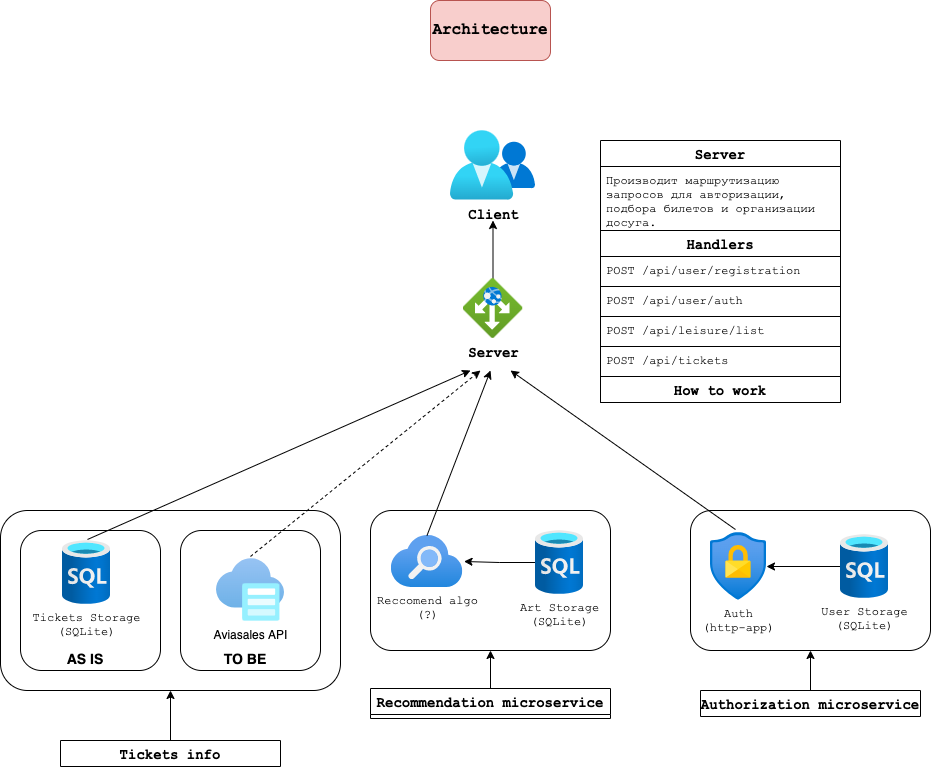
Earlier version of the draw.io export Архитектура.png (Marochkin-Ivan/Recommender-System). Source tidied: cells renumbered, new cells last; positions are measured from the earlier drawing's top-left corner, leaving out a move shared by most shapes. Its diagram source:
```xml
<mxGraphModel>
  <root>
    <mxCell id="0" style="html=1;" />
    <mxCell id="1" style="html=1;" parent="0" />
    <mxCell id="2" style="rounded=1;whiteSpace=wrap;html=1;shadow=0;glass=0;sketch=0;fontFamily=Courier New;fontSize=16;fillColor=#f8cecc;strokeColor=#b85450;" parent="1" vertex="1">
      <mxGeometry x="430" width="120" height="60" as="geometry" />
    </mxCell>
    <mxCell id="3" value="&lt;b&gt;&lt;font face=&quot;Courier New&quot; style=&quot;font-size: 16px&quot;&gt;Architecture&lt;/font&gt;&lt;/b&gt;" style="text;html=1;strokeColor=none;fillColor=none;align=center;verticalAlign=middle;whiteSpace=wrap;rounded=0;shadow=0;glass=0;sketch=0;" parent="1" vertex="1">
      <mxGeometry x="430" y="10" width="120" height="40" as="geometry" />
    </mxCell>
    <mxCell id="4" style="rounded=1;whiteSpace=wrap;html=1;strokeColor=#000000;fontSize=14;" parent="1" vertex="1">
      <mxGeometry y="510" width="340" height="180" as="geometry" />
    </mxCell>
    <mxCell id="5" style="rounded=1;whiteSpace=wrap;html=1;strokeColor=#000000;fontSize=14;" parent="1" vertex="1">
      <mxGeometry x="370" y="510" width="240" height="140" as="geometry" />
    </mxCell>
    <mxCell id="6" style="rounded=1;whiteSpace=wrap;html=1;strokeColor=#000000;fontSize=14;" parent="1" vertex="1">
      <mxGeometry x="690" y="510" width="240" height="140" as="geometry" />
    </mxCell>
    <mxCell id="7" value="&lt;font style=&quot;font-size: 14px&quot;&gt;&lt;b&gt;Client&lt;/b&gt;&lt;/font&gt;" style="html=1;align=center;image;fontSize=12;image=img/lib/azure2/identity/Groups.svg;rounded=0;shadow=0;glass=0;sketch=0;fontFamily=Courier New;" parent="1" vertex="1">
      <mxGeometry x="450" y="130" width="85" height="70" as="geometry" />
    </mxCell>
    <mxCell id="8" style="edgeStyle=orthogonalEdgeStyle;rounded=0;jettySize=auto;html=1;entryX=1;entryY=0.5;entryDx=0;entryDy=0;entryPerimeter=0;fontSize=14;" parent="1" edge="1" source="9" target="10">
      <mxGeometry relative="1" as="geometry" />
    </mxCell>
    <mxCell id="9" value="User Storage&lt;br&gt;(SQLite)" style="html=1;points=[];align=center;image;fontSize=12;image=img/lib/azure2/preview/Time_Series_Data_Sets.svg;rounded=0;shadow=0;glass=0;sketch=0;fontFamily=Courier New;" parent="1" vertex="1">
      <mxGeometry x="840" y="534" width="48" height="64" as="geometry" />
    </mxCell>
    <mxCell id="10" value="Auth&lt;br&gt;(http-app)" style="html=1;points=[];align=center;image;fontSize=12;image=img/lib/azure2/security/Conditional_Access.svg;rounded=0;shadow=0;glass=0;sketch=0;fontFamily=Courier New;" parent="1" vertex="1">
      <mxGeometry x="710" y="532" width="56" height="68" as="geometry" />
    </mxCell>
    <mxCell id="11" value="Reccomend algo&lt;br&gt;(?)" style="html=1;points=[];align=center;image;fontSize=12;image=img/lib/azure2/app_services/Search_Services.svg;rounded=0;shadow=0;glass=0;sketch=0;fontFamily=Courier New;" parent="1" vertex="1">
      <mxGeometry x="390.5" y="535" width="72" height="52" as="geometry" />
    </mxCell>
    <mxCell id="12" style="edgeStyle=orthogonalEdgeStyle;rounded=0;jettySize=auto;html=1;" parent="1" edge="1" source="13">
      <mxGeometry relative="1" as="geometry">
        <mxPoint x="492.5" y="220" as="targetPoint" />
      </mxGeometry>
    </mxCell>
    <mxCell id="13" value="&lt;span style=&quot;font-size: 14px&quot;&gt;&lt;b&gt;Server&lt;br&gt;&lt;/b&gt;&lt;/span&gt;" style="html=1;points=[];align=center;image;fontSize=12;image=img/lib/azure2/networking/Application_Gateways.svg;rounded=0;shadow=0;glass=0;sketch=0;fontFamily=Courier New;" parent="1" vertex="1">
      <mxGeometry x="462.5" y="278" width="60" height="60" as="geometry" />
    </mxCell>
    <mxCell id="14" style="edgeStyle=orthogonalEdgeStyle;rounded=0;jettySize=auto;html=1;entryX=1.014;entryY=0.5;entryDx=0;entryDy=0;entryPerimeter=0;fontSize=14;" parent="1" edge="1" source="15" target="11">
      <mxGeometry relative="1" as="geometry" />
    </mxCell>
    <mxCell id="15" value="Art Storage&lt;br&gt;(SQLite)" style="html=1;points=[];align=center;image;fontSize=12;image=img/lib/azure2/preview/Time_Series_Data_Sets.svg;rounded=0;shadow=0;glass=0;sketch=0;fontFamily=Courier New;" parent="1" vertex="1">
      <mxGeometry x="535" y="530" width="48" height="64" as="geometry" />
    </mxCell>
    <mxCell id="16" value="Server" style="swimlane;fontStyle=1;horizontal=1;startSize=26;fillColor=none;rounded=0;shadow=0;glass=0;sketch=0;fontFamily=Courier New;fontSize=14;" parent="1" vertex="1">
      <mxGeometry x="600" y="140" width="240" height="262" as="geometry" />
    </mxCell>
    <mxCell id="17" value="Производит маршрутизацию&#10;запросов для авторизации,&#10;подбора билетов и организации&#10;досуга." style="text;fillColor=none;align=left;verticalAlign=top;spacingLeft=4;spacingRight=4;overflow=hidden;rounded=0;shadow=0;glass=0;sketch=0;fontFamily=Courier New;fontSize=12;strokeColor=#000000;" parent="16" vertex="1">
      <mxGeometry y="26" width="240" height="64" as="geometry" />
    </mxCell>
    <mxCell id="18" value="Handlers" style="swimlane;fontStyle=1;horizontal=1;startSize=26;fillColor=none;rounded=0;shadow=0;glass=0;sketch=0;fontFamily=Courier New;fontSize=14;" parent="16" vertex="1">
      <mxGeometry y="90" width="240" height="146" as="geometry" />
    </mxCell>
    <mxCell id="19" value="POST /api/user/registration&#10;" style="text;fillColor=none;align=left;verticalAlign=top;spacingLeft=4;spacingRight=4;overflow=hidden;rounded=0;shadow=0;glass=0;sketch=0;fontFamily=Courier New;fontSize=12;perimeterSpacing=1;strokeColor=#000000;" parent="18" vertex="1">
      <mxGeometry y="26" width="240" height="30" as="geometry" />
    </mxCell>
    <mxCell id="20" value="POST /api/user/auth" style="text;fillColor=none;align=left;verticalAlign=top;spacingLeft=4;spacingRight=4;overflow=hidden;rounded=0;shadow=0;glass=0;sketch=0;fontFamily=Courier New;fontSize=12;strokeColor=#000000;" parent="18" vertex="1">
      <mxGeometry y="56" width="240" height="30" as="geometry" />
    </mxCell>
    <mxCell id="21" value="POST /api/leisure/list" style="text;fillColor=none;align=left;verticalAlign=top;spacingLeft=4;spacingRight=4;overflow=hidden;rounded=0;shadow=0;glass=0;sketch=0;fontFamily=Courier New;fontSize=12;strokeColor=#000000;" parent="18" vertex="1">
      <mxGeometry y="86" width="240" height="30" as="geometry" />
    </mxCell>
    <mxCell id="22" value="POST /api/tickets" style="text;fillColor=none;align=left;verticalAlign=top;spacingLeft=4;spacingRight=4;overflow=hidden;rounded=0;shadow=0;glass=0;sketch=0;fontFamily=Courier New;fontSize=12;strokeColor=#000000;" parent="18" vertex="1">
      <mxGeometry y="116" width="240" height="30" as="geometry" />
    </mxCell>
    <mxCell id="23" value="How to work" style="swimlane;fontStyle=1;horizontal=1;startSize=26;fillColor=none;rounded=0;shadow=0;glass=0;sketch=0;fontFamily=Courier New;fontSize=14;" parent="16" vertex="1" collapsed="1">
      <mxGeometry y="236" width="240" height="26" as="geometry" />
    </mxCell>
    <mxCell id="24" style="edgeStyle=orthogonalEdgeStyle;rounded=0;jettySize=auto;html=1;entryX=0.5;entryY=1;entryDx=0;entryDy=0;fontSize=14;" parent="1" edge="1" source="25" target="6">
      <mxGeometry relative="1" as="geometry" />
    </mxCell>
    <mxCell id="25" value="Authorization microservice" style="swimlane;fontStyle=1;horizontal=1;startSize=26;fillColor=none;rounded=0;shadow=0;glass=0;sketch=0;fontFamily=Courier New;fontSize=14;" parent="1" vertex="1" collapsed="1">
      <mxGeometry x="700" y="690" width="220" height="26" as="geometry" />
    </mxCell>
    <mxCell id="26" style="endArrow=classic;html=1;fontSize=14;exitX=0.446;exitY=-0.044;exitDx=0;exitDy=0;exitPerimeter=0;" parent="1" edge="1" source="10">
      <mxGeometry relative="1" as="geometry">
        <mxPoint x="510" y="370" as="targetPoint" />
      </mxGeometry>
    </mxCell>
    <mxCell id="27" style="endArrow=classic;html=1;fontSize=14;exitX=0.5;exitY=0;exitDx=0;exitDy=0;exitPerimeter=0;" parent="1" edge="1" source="11">
      <mxGeometry relative="1" as="geometry">
        <mxPoint x="490" y="370" as="targetPoint" />
      </mxGeometry>
    </mxCell>
    <mxCell id="28" style="rounded=1;whiteSpace=wrap;html=1;strokeColor=#000000;fontSize=14;" parent="1" vertex="1">
      <mxGeometry x="20" y="530" width="140" height="140" as="geometry" />
    </mxCell>
    <mxCell id="29" value="&lt;b&gt;AS IS&lt;/b&gt;" style="text;html=1;strokeColor=none;fillColor=none;align=center;verticalAlign=middle;whiteSpace=wrap;rounded=0;fontSize=14;" parent="1" vertex="1">
      <mxGeometry x="60" y="647" width="50" height="23" as="geometry" />
    </mxCell>
    <mxCell id="30" value="Tickets Storage&lt;br&gt;(SQLite)" style="html=1;points=[];align=center;image;fontSize=12;image=img/lib/azure2/preview/Time_Series_Data_Sets.svg;rounded=0;shadow=0;glass=0;sketch=0;fontFamily=Courier New;" parent="1" vertex="1">
      <mxGeometry x="62" y="540" width="48" height="64" as="geometry" />
    </mxCell>
    <mxCell id="31" style="rounded=1;whiteSpace=wrap;html=1;strokeColor=#000000;fontSize=14;" parent="1" vertex="1">
      <mxGeometry x="180" y="530" width="140" height="140" as="geometry" />
    </mxCell>
    <mxCell id="32" value="&lt;b&gt;TO BE&lt;/b&gt;" style="text;html=1;strokeColor=none;fillColor=none;align=center;verticalAlign=middle;whiteSpace=wrap;rounded=0;fontSize=14;opacity=60;" parent="1" vertex="1">
      <mxGeometry x="220" y="647" width="50" height="23" as="geometry" />
    </mxCell>
    <mxCell id="33" value="Aviasales API" style="html=1;points=[];align=center;image;fontSize=12;image=img/lib/azure2/storage/Azure_HCP_Cache.svg;strokeColor=#000000;opacity=60;" parent="1" vertex="1">
      <mxGeometry x="216" y="558" width="68" height="63" as="geometry" />
    </mxCell>
    <mxCell id="34" style="endArrow=classic;html=1;fontSize=14;exitX=0.521;exitY=-0.016;exitDx=0;exitDy=0;exitPerimeter=0;" parent="1" edge="1" source="30">
      <mxGeometry relative="1" as="geometry">
        <mxPoint x="470" y="370" as="targetPoint" />
      </mxGeometry>
    </mxCell>
    <mxCell id="35" style="endArrow=classic;html=1;fontSize=14;exitX=0.5;exitY=-0.032;exitDx=0;exitDy=0;exitPerimeter=0;dashed=1;" parent="1" edge="1" source="33">
      <mxGeometry relative="1" as="geometry">
        <mxPoint x="480" y="370" as="targetPoint" />
      </mxGeometry>
    </mxCell>
    <mxCell id="36" style="edgeStyle=orthogonalEdgeStyle;rounded=0;jettySize=auto;html=1;entryX=0.5;entryY=1;entryDx=0;entryDy=0;fontSize=14;" parent="1" edge="1" source="37" target="5">
      <mxGeometry relative="1" as="geometry" />
    </mxCell>
    <mxCell id="37" value="Recommendation microservice" style="swimlane;fontStyle=1;horizontal=1;startSize=26;fillColor=none;rounded=0;shadow=0;glass=0;sketch=0;fontFamily=Courier New;fontSize=14;" parent="1" vertex="1" collapsed="1">
      <mxGeometry x="370" y="688" width="240" height="30" as="geometry" />
    </mxCell>
    <mxCell id="38" style="edgeStyle=orthogonalEdgeStyle;rounded=0;jettySize=auto;html=1;entryX=0.5;entryY=1;entryDx=0;entryDy=0;fontSize=14;" parent="1" edge="1" source="39" target="4">
      <mxGeometry relative="1" as="geometry" />
    </mxCell>
    <mxCell id="39" value="Tickets info" style="swimlane;fontStyle=1;horizontal=1;startSize=26;fillColor=none;rounded=0;shadow=0;glass=0;sketch=0;fontFamily=Courier New;fontSize=14;" parent="1" vertex="1" collapsed="1">
      <mxGeometry x="60" y="740" width="220" height="26" as="geometry" />
    </mxCell>
  </root>
</mxGraphModel>
```
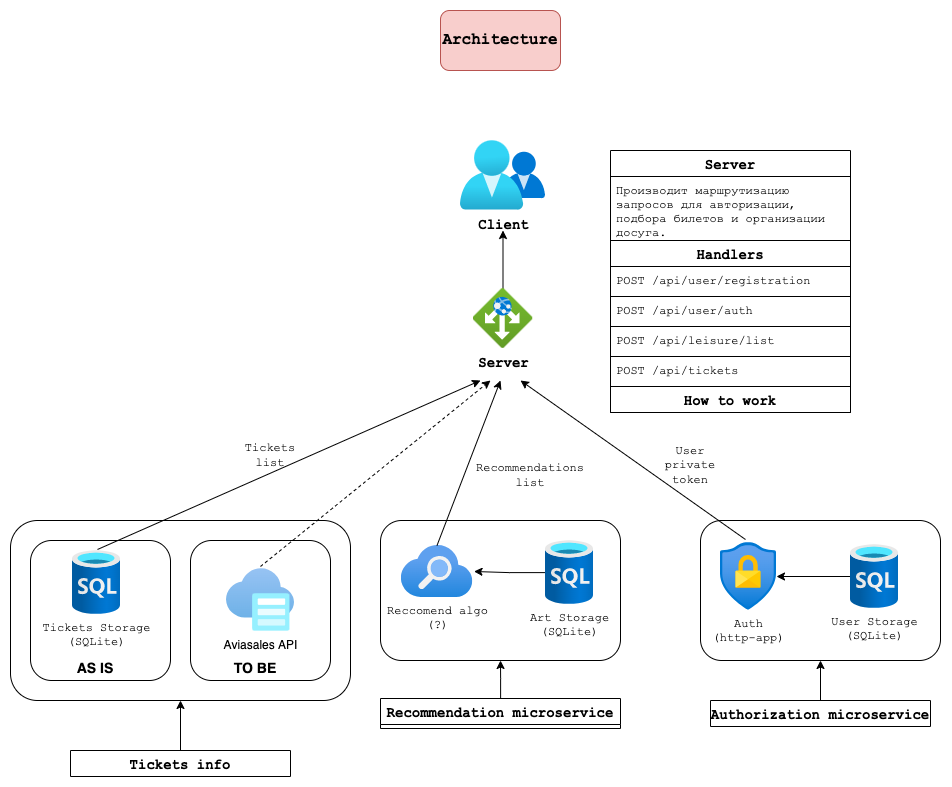
The same file after the commit.

The edit, as a diff of the source:
```diff
@@ -104,7 +104,7 @@
     <mxCell id="33" value="Aviasales API" style="html=1;points=[];align=center;image;fontSize=12;image=img/lib/azure2/storage/Azure_HCP_Cache.svg;strokeColor=#000000;opacity=60;" parent="1" vertex="1">
       <mxGeometry x="216" y="558" width="68" height="63" as="geometry" />
     </mxCell>
-    <mxCell id="34" style="endArrow=classic;html=1;fontSize=14;exitX=0.521;exitY=-0.016;exitDx=0;exitDy=0;exitPerimeter=0;" parent="1" edge="1" source="30">
+    <mxCell id="34" style="endArrow=classic;html=1;fontSize=14;exitX=0.521;exitY=-0.016;exitDx=0;exitDy=0;exitPerimeter=0;fontColor=default;" parent="1" edge="1" source="30">
       <mxGeometry relative="1" as="geometry">
         <mxPoint x="470" y="370" as="targetPoint" />
       </mxGeometry>
@@ -126,5 +126,14 @@
     <mxCell id="39" value="Tickets info" style="swimlane;fontStyle=1;horizontal=1;startSize=26;fillColor=none;rounded=0;shadow=0;glass=0;sketch=0;fontFamily=Courier New;fontSize=14;" parent="1" vertex="1" collapsed="1">
       <mxGeometry x="60" y="740" width="220" height="26" as="geometry" />
     </mxCell>
+    <mxCell id="40" value="Tickets list" style="text;html=1;strokeColor=none;fillColor=none;align=center;verticalAlign=middle;whiteSpace=wrap;rounded=0;shadow=0;glass=0;sketch=0;fontFamily=Courier New;fontSize=12;fontColor=default;" parent="1" vertex="1">
+      <mxGeometry x="230" y="430" width="60" height="30" as="geometry" />
+    </mxCell>
+    <mxCell id="41" value="Recommendations list" style="text;html=1;strokeColor=none;fillColor=none;align=center;verticalAlign=middle;whiteSpace=wrap;rounded=0;shadow=0;glass=0;sketch=0;fontFamily=Courier New;fontSize=12;fontColor=default;" parent="1" vertex="1">
+      <mxGeometry x="490" y="450" width="60" height="30" as="geometry" />
+    </mxCell>
+    <mxCell id="42" value="User private&lt;br&gt;token" style="text;html=1;strokeColor=none;fillColor=none;align=center;verticalAlign=middle;whiteSpace=wrap;rounded=0;shadow=0;glass=0;sketch=0;fontFamily=Courier New;fontSize=12;fontColor=default;" parent="1" vertex="1">
+      <mxGeometry x="650" y="440" width="60" height="30" as="geometry" />
+    </mxCell>
   </root>
 </mxGraphModel>
```
